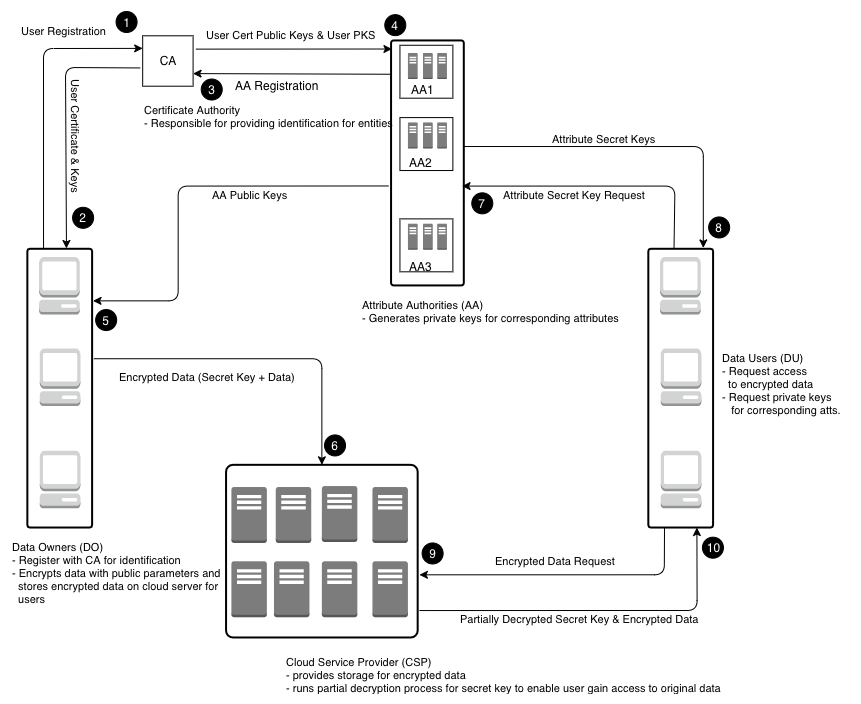
Before: Figures/System Architecture Diagram (Draft 1).png, a diagram exported from draw.io (chisomiloks/Thesis). Source tidied: cells renumbered, new cells last; positions are measured from the earlier drawing's top-left corner, leaving out a move shared by most shapes.
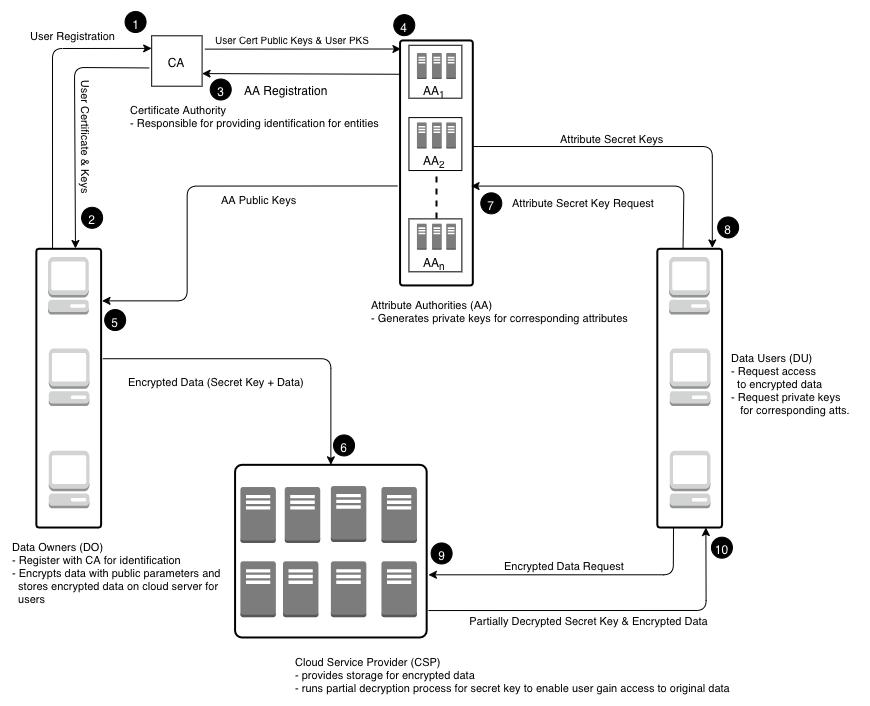
The same diagram one commit later.

Commit message:
New figures in other formats and modified architecture diagram based on feedback.

The edit, as a diff of the source:
```diff
@@ -86,8 +86,8 @@
     <mxCell id="29" style="whiteSpace=wrap;html=1;" parent="15" vertex="1">
       <mxGeometry x="8.9" y="4.8" width="52.9" height="52.9" as="geometry" />
     </mxCell>
-    <mxCell id="30" value="AA1" style="text;html=1;align=left;verticalAlign=top;spacingTop=-4;" parent="15" vertex="1">
-      <mxGeometry x="18.6" y="40.5" width="40" height="20" as="geometry" />
+    <mxCell id="30" value="AA&lt;sub&gt;1&lt;/sub&gt;" style="text;html=1;align=left;verticalAlign=top;spacingTop=-4;" parent="15" vertex="1">
+      <mxGeometry x="21.8" y="35.8" width="40" height="20" as="geometry" />
     </mxCell>
     <mxCell id="31" style="dashed=0;html=1;shape=mxgraph.aws3.traditional_server;fillColor=#7D7C7C;gradientColor=none;rounded=1;shadow=0;comic=0;strokeColor=#E6E6E6;strokeWidth=6;fontFamily=Verdana;fontSize=12;fontColor=#000000;" parent="15" vertex="1">
       <mxGeometry x="16.9" y="12.5" width="9.8" height="26" as="geometry" />
@@ -95,17 +95,23 @@
     <mxCell id="32" style="edgeStyle=orthogonalEdgeStyle;rounded=0;html=1;exitX=0.98;exitY=0.98;exitPerimeter=0;entryX=0.98;entryY=0.98;entryPerimeter=0;jettySize=auto;orthogonalLoop=1;" parent="15" edge="1" source="31" target="31">
       <mxGeometry relative="1" as="geometry" />
     </mxCell>
-    <mxCell id="33" value="AA2" style="text;html=1;align=left;verticalAlign=top;spacingTop=-4;" parent="15" vertex="1">
-      <mxGeometry x="16.9" y="112.9" width="40" height="20" as="geometry" />
+    <mxCell id="33" value="AA&lt;sub&gt;2&lt;/sub&gt;" style="text;html=1;align=left;verticalAlign=top;spacingTop=-4;" parent="15" vertex="1">
+      <mxGeometry x="21.8" y="106.1" width="40" height="20" as="geometry" />
     </mxCell>
-    <mxCell id="34" value="AA3" style="text;html=1;align=left;verticalAlign=top;spacingTop=-4;" parent="15" vertex="1">
-      <mxGeometry x="16.9" y="217" width="40" height="20" as="geometry" />
+    <mxCell id="34" value="AA&lt;sub&gt;n&lt;/sub&gt;" style="text;html=1;align=left;verticalAlign=top;spacingTop=-4;" parent="15" vertex="1">
+      <mxGeometry x="21.8" y="208.3" width="40" height="20" as="geometry" />
     </mxCell>
+    <mxCell id="81" style="endArrow=none;dashed=1;html=1;strokeWidth=2;" parent="15" edge="1">
+      <mxGeometry relative="1" as="geometry">
+        <mxPoint x="36.4" y="178.1" as="sourcePoint" />
+        <mxPoint x="36.4" y="131.1" as="targetPoint" />
+      </mxGeometry>
+    </mxCell>
     <mxCell id="35" value="&lt;font style=&quot;font-size: 11px&quot;&gt;Attribute Authorities (AA)&lt;/font&gt;&lt;div style=&quot;font-size: 11px&quot;&gt;&lt;font style=&quot;font-size: 11px&quot;&gt;- Generates private keys for corresponding attributes&lt;/font&gt;&lt;/div&gt;" style="text;html=1;align=left;verticalAlign=top;spacingTop=-4;" parent="1" vertex="1">
       <mxGeometry x="350.4" y="283.6" width="270" height="30" as="geometry" />
     </mxCell>
     <mxCell id="36" value="&lt;font style=&quot;font-size: 11px&quot;&gt;Data Owners (DO)&lt;/font&gt;&lt;div style=&quot;font-size: 11px&quot;&gt;&lt;font style=&quot;font-size: 11px&quot;&gt;- Register with CA for identification&lt;/font&gt;&lt;/div&gt;&lt;div style=&quot;font-size: 11px&quot;&gt;&lt;font style=&quot;font-size: 11px&quot;&gt;- Encrypts data with public parameters and&lt;/font&gt;&lt;/div&gt;&lt;div style=&quot;font-size: 11px&quot;&gt;&lt;font style=&quot;font-size: 11px&quot;&gt;&amp;nbsp; stores encrypted data on cloud server for&amp;nbsp;&lt;/font&gt;&lt;/div&gt;&lt;div style=&quot;font-size: 11px&quot;&gt;&lt;font style=&quot;font-size: 11px&quot;&gt;&amp;nbsp; users&lt;/font&gt;&lt;/div&gt;" style="text;html=1;align=left;verticalAlign=top;spacingTop=-4;" parent="1" vertex="1">
-      <mxGeometry y="525.7" width="220" height="70" as="geometry" />
+      <mxGeometry x="-9" y="525.7" width="220" height="70" as="geometry" />
     </mxCell>
     <mxCell id="37" value="&lt;font style=&quot;font-size: 11px&quot;&gt;Cloud Service Provider (CSP)&lt;/font&gt;&lt;div style=&quot;font-size: 11px&quot;&gt;&lt;font style=&quot;font-size: 11px&quot;&gt;- provides storage for encrypted data&lt;/font&gt;&lt;/div&gt;&lt;div style=&quot;font-size: 11px&quot;&gt;&lt;font style=&quot;font-size: 11px&quot;&gt;- runs partial decryption process for secret key to enable user gain access to original data&lt;/font&gt;&lt;/div&gt;" style="text;html=1;align=left;verticalAlign=top;spacingTop=-4;" parent="1" vertex="1">
       <mxGeometry x="274.1" y="641.4" width="450" height="40" as="geometry" />
@@ -137,7 +143,7 @@
     </mxCell>
     <mxCell id="42" value="&lt;font style=&quot;font-size: 11px&quot;&gt;User Certificate &amp;amp; Keys&lt;/font&gt;" style="text;html=1;align=center;verticalAlign=middle;labelBackgroundColor=#ffffff;direction=west;rotation=90;" parent="41" vertex="1">
       <mxGeometry x="0.04" y="5" relative="1" as="geometry">
-        <mxPoint x="6" y="10" as="offset" />
+        <mxPoint x="9" y="10" as="offset" />
       </mxGeometry>
     </mxCell>
     <mxCell id="43" style="endArrow=classic;html=1;exitX=0;exitY=0.138;exitPerimeter=0;entryX=1;entryY=0.75;" parent="1" edge="1" source="16" target="4">
@@ -213,7 +219,7 @@
       <mxGeometry x="361.9" y="549.8" width="35.5" height="55.9" as="geometry" />
     </mxCell>
     <mxCell id="58" value="&lt;font style=&quot;font-size: 11px&quot;&gt;Certificate Authority&lt;/font&gt;&lt;div style=&quot;font-size: 11px&quot;&gt;&lt;font style=&quot;font-size: 11px&quot;&gt;- Responsible for providing identification for entities&lt;/font&gt;&lt;/div&gt;" style="text;html=1;align=left;verticalAlign=top;spacingTop=-4;" parent="1" vertex="1">
-      <mxGeometry x="132.2" y="88.7" width="260" height="30" as="geometry" />
+      <mxGeometry x="109.2" y="88.7" width="260" height="30" as="geometry" />
     </mxCell>
     <mxCell id="59" value="&lt;font style=&quot;font-size: 11px&quot;&gt;User Registration&lt;/font&gt;" style="text;html=1;align=left;verticalAlign=top;spacingTop=-4;" parent="1" vertex="1">
       <mxGeometry x="8.9" y="9.6" width="100" height="20" as="geometry" />
@@ -237,10 +243,10 @@
       <mxGeometry x="200.5" y="173.6" width="90" height="20" as="geometry" />
     </mxCell>
     <mxCell id="66" value="&lt;font style=&quot;font-size: 11px&quot;&gt;Attribute Secret Keys&lt;/font&gt;" style="text;html=1;align=left;verticalAlign=top;spacingTop=-4;" parent="1" vertex="1">
-      <mxGeometry x="540.2" y="117.7" width="120" height="20" as="geometry" />
+      <mxGeometry x="539.2" y="112.7" width="120" height="20" as="geometry" />
     </mxCell>
     <mxCell id="67" value="&lt;font style=&quot;font-size: 11px&quot;&gt;Attribute Secret Key Request&lt;/font&gt;" style="text;html=1;align=left;verticalAlign=top;spacingTop=-4;" parent="1" vertex="1">
-      <mxGeometry x="491.5" y="173.6" width="160" height="20" as="geometry" />
+      <mxGeometry x="491.5" y="176.6" width="160" height="20" as="geometry" />
     </mxCell>
     <mxCell id="68" value="&lt;font style=&quot;font-size: 11px&quot;&gt;Encrypted Data (Secret Key + Data)&lt;/font&gt;" style="text;html=1;align=left;verticalAlign=top;spacingTop=-4;" parent="1" vertex="1">
       <mxGeometry x="107.3" y="355.9" width="190" height="20" as="geometry" />
```
